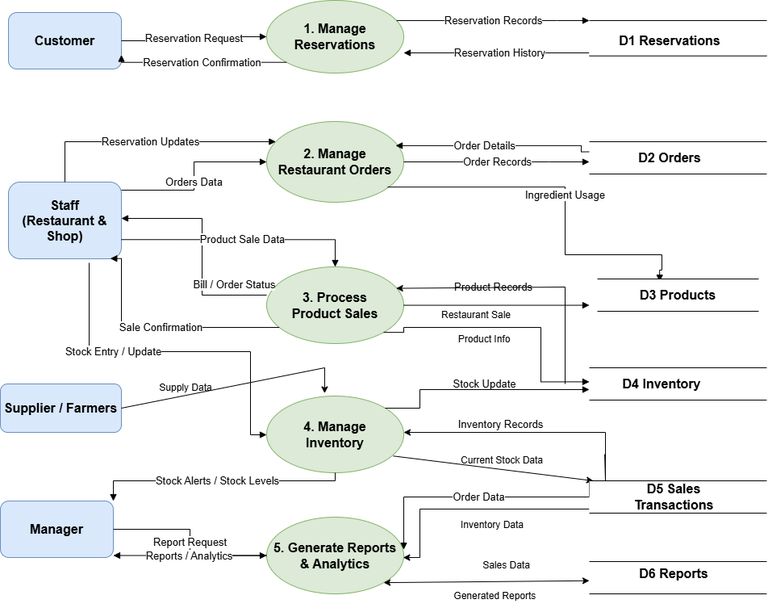
This is Diagrams/DFD Level 1 Diagram.drawio.png from bajram-haxhiu/AgriSoft, a draw.io export, as it was before one commit. Source tidied: cells renumbered, new cells last; positions are measured from the earlier drawing's top-left corner, leaving out a move shared by most shapes.
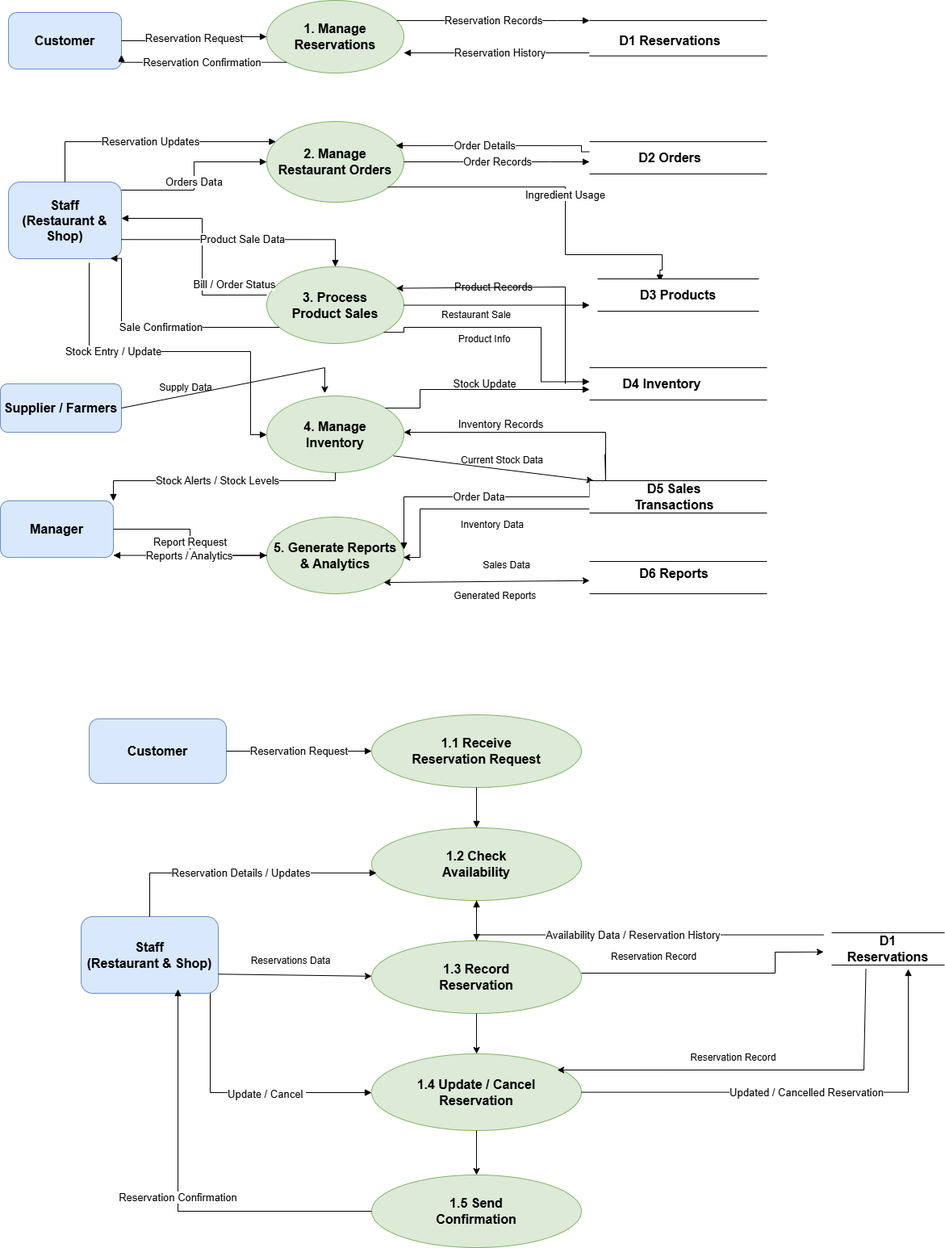
The same diagram one commit later.

Commit message:
Update DFD Level 2 Diagram.drawio.png

The edit, as a diff of the source:
```diff
@@ -291,5 +291,112 @@
     <mxCell id="55" value="Supply Data" style="text;html=1;whiteSpace=wrap;strokeColor=none;fillColor=none;align=center;verticalAlign=middle;rounded=0;" parent="1" vertex="1">
       <mxGeometry x="170" y="465" width="120" height="30" as="geometry" />
     </mxCell>
+    <mxCell id="56" value="Customer" style="rounded=1;whiteSpace=wrap;html=1;fillColor=#d9e8fb;strokeColor=#6c8ebf;fontSize=16;fontStyle=1;" parent="1" vertex="1">
+      <mxGeometry x="110" y="890" width="170" height="80" as="geometry" />
+    </mxCell>
+    <mxCell id="57" value="Staff&#10;(Restaurant &amp; Shop)" style="rounded=1;whiteSpace=wrap;html=1;fillColor=#d9e8fb;strokeColor=#6c8ebf;fontSize=16;fontStyle=1;" parent="1" vertex="1">
+      <mxGeometry x="100" y="1135" width="170" height="95" as="geometry" />
+    </mxCell>
+    <mxCell id="58" value="1.1 Receive&#10;Reservation Request" style="ellipse;whiteSpace=wrap;html=1;fillColor=#dcead7;strokeColor=#82b366;fontSize=16;fontStyle=1;" parent="1" vertex="1">
+      <mxGeometry x="460" y="885" width="260" height="90" as="geometry" />
+    </mxCell>
+    <mxCell id="59" value="1.2 Check&#10;Availability" style="ellipse;whiteSpace=wrap;html=1;fillColor=#dcead7;strokeColor=#82b366;fontSize=16;fontStyle=1;" parent="1" vertex="1">
+      <mxGeometry x="460" y="1025" width="260" height="90" as="geometry" />
+    </mxCell>
+    <mxCell id="60" value="1.3 Record&#10;Reservation" style="ellipse;whiteSpace=wrap;html=1;fillColor=#dcead7;strokeColor=#82b366;fontSize=16;fontStyle=1;" parent="1" vertex="1">
+      <mxGeometry x="460" y="1165" width="260" height="90" as="geometry" />
+    </mxCell>
+    <mxCell id="61" value="1.4 Update / Cancel&#10;Reservation" style="ellipse;whiteSpace=wrap;html=1;fillColor=#dcead7;strokeColor=#82b366;fontSize=16;fontStyle=1;" parent="1" vertex="1">
+      <mxGeometry x="460" y="1305" width="260" height="95" as="geometry" />
+    </mxCell>
+    <mxCell id="62" value="1.5 Send&#10;Confirmation" style="ellipse;whiteSpace=wrap;html=1;fillColor=#dcead7;strokeColor=#82b366;fontSize=16;fontStyle=1;" parent="1" vertex="1">
+      <mxGeometry x="460" y="1455" width="260" height="90" as="geometry" />
+    </mxCell>
+    <mxCell id="63" value="Reservation Request" style="edgeStyle=orthogonalEdgeStyle;rounded=0;jettySize=auto;html=1;endArrow=block;fontSize=13;" parent="1" edge="1" source="56" target="58">
+      <mxGeometry relative="1" as="geometry" />
+    </mxCell>
+    <mxCell id="64" value="Reservation Details / Updates" style="edgeStyle=orthogonalEdgeStyle;rounded=0;jettySize=auto;html=1;endArrow=block;fontSize=13;entryX=0.023;entryY=0.621;entryDx=0;entryDy=0;entryPerimeter=0;" parent="1" edge="1" source="57" target="59">
+      <mxGeometry relative="1" as="geometry">
+        <Array as="points">
+          <mxPoint x="185" y="1081" />
+        </Array>
+      </mxGeometry>
+    </mxCell>
+    <mxCell id="65" value="Update / Cancel&amp;nbsp;" style="edgeStyle=orthogonalEdgeStyle;rounded=0;jettySize=auto;html=1;endArrow=block;fontSize=13;" parent="1" edge="1" source="57" target="61">
+      <mxGeometry x="0.19" y="-2" relative="1" as="geometry">
+        <Array as="points">
+          <mxPoint x="260" y="1353" />
+        </Array>
+      </mxGeometry>
+    </mxCell>
+    <mxCell id="66" style="edgeStyle=orthogonalEdgeStyle;rounded=0;jettySize=auto;html=1;endArrow=block;fontSize=13;" parent="1" edge="1" source="58" target="59">
+      <mxGeometry relative="1" as="geometry" />
+    </mxCell>
+    <mxCell id="67" style="edgeStyle=orthogonalEdgeStyle;rounded=0;jettySize=auto;html=1;endArrow=block;fontSize=13;" parent="1" edge="1" source="59" target="60">
+      <mxGeometry relative="1" as="geometry" />
+    </mxCell>
+    <mxCell id="68" value="Availability Data / Reservation History" style="edgeStyle=orthogonalEdgeStyle;rounded=0;jettySize=auto;html=1;endArrow=block;fontSize=13;" parent="1" edge="1" target="59">
+      <mxGeometry relative="1" as="geometry">
+        <mxPoint x="1020" y="1157.6" as="sourcePoint" />
+      </mxGeometry>
+    </mxCell>
+    <mxCell id="69" value="Updated / Cancelled Reservation" style="edgeStyle=orthogonalEdgeStyle;rounded=0;jettySize=auto;html=1;endArrow=block;fontSize=13;" parent="1" edge="1" source="61">
+      <mxGeometry relative="1" as="geometry">
+        <mxPoint x="1125" y="1200" as="targetPoint" />
+      </mxGeometry>
+    </mxCell>
+    <mxCell id="70" value="Reservation Confirmation" style="edgeStyle=orthogonalEdgeStyle;rounded=0;jettySize=auto;html=1;endArrow=block;fontSize=13;" parent="1" edge="1" source="62">
+      <mxGeometry relative="1" as="geometry">
+        <mxPoint x="220" y="1225" as="targetPoint" />
+        <Array as="points">
+          <mxPoint x="220" y="1500" />
+        </Array>
+      </mxGeometry>
+    </mxCell>
+    <mxCell id="71" style="endArrow=classic;html=1;rounded=0;exitX=1;exitY=0.75;exitDx=0;exitDy=0;" parent="1" edge="1" source="57" target="60">
+      <mxGeometry relative="1" as="geometry" />
+    </mxCell>
+    <mxCell id="72" value="Reservations Data" style="text;html=1;whiteSpace=wrap;strokeColor=none;fillColor=none;align=center;verticalAlign=middle;rounded=0;" parent="1" vertex="1">
+      <mxGeometry x="300" y="1175" width="120" height="30" as="geometry" />
+    </mxCell>
+    <mxCell id="73" style="edgeStyle=orthogonalEdgeStyle;rounded=0;orthogonalLoop=1;jettySize=auto;html=1;exitX=0.5;exitY=1;exitDx=0;exitDy=0;" parent="1" edge="1" source="72" target="72">
+      <mxGeometry relative="1" as="geometry" />
+    </mxCell>
+    <mxCell id="74" style="edgeStyle=none;jettySize=auto;html=1;rounded=0;exitX=0.5;exitY=1;exitDx=0;exitDy=0;entryX=0.5;entryY=0;entryDx=0;entryDy=0;" parent="1" edge="1" source="60" target="61">
+      <mxGeometry relative="1" as="geometry" />
+    </mxCell>
+    <mxCell id="75" style="edgeStyle=none;jettySize=auto;html=1;rounded=0;exitX=0.5;exitY=1;exitDx=0;exitDy=0;entryX=0.5;entryY=0;entryDx=0;entryDy=0;" parent="1" edge="1" source="61" target="62">
+      <mxGeometry relative="1" as="geometry" />
+    </mxCell>
+    <mxCell id="76" style="edgeStyle=none;orthogonalLoop=1;jettySize=auto;html=1;rounded=0;entryX=0;entryY=0.75;entryDx=0;entryDy=0;" parent="1" edge="1">
+      <mxGeometry relative="1" as="geometry">
+        <mxPoint x="720" y="1205" as="sourcePoint" />
+        <mxPoint x="1020" y="1178.8" as="targetPoint" />
+        <Array as="points">
+          <mxPoint x="960" y="1205" />
+          <mxPoint x="960" y="1179" />
+        </Array>
+      </mxGeometry>
+    </mxCell>
+    <mxCell id="77" value="Reservation Record" style="text;html=1;whiteSpace=wrap;strokeColor=none;fillColor=none;align=center;verticalAlign=middle;rounded=0;" parent="1" vertex="1">
+      <mxGeometry x="750" y="1170" width="120" height="30" as="geometry" />
+    </mxCell>
+    <mxCell id="78" style="edgeStyle=none;jettySize=auto;html=1;rounded=0;exitX=0.25;exitY=1;exitDx=0;exitDy=0;entryX=0.885;entryY=0.211;entryDx=0;entryDy=0;entryPerimeter=0;" parent="1" edge="1" target="61">
+      <mxGeometry relative="1" as="geometry">
+        <mxPoint x="1072.5" y="1200" as="sourcePoint" />
+        <Array as="points">
+          <mxPoint x="1070" y="1325" />
+        </Array>
+      </mxGeometry>
+    </mxCell>
+    <mxCell id="79" value="Reservation Record&amp;nbsp;" style="text;html=1;whiteSpace=wrap;strokeColor=none;fillColor=none;align=center;verticalAlign=middle;rounded=0;" parent="1" vertex="1">
+      <mxGeometry x="820" y="1295" width="180" height="30" as="geometry" />
+    </mxCell>
+    <mxCell id="80" style="html=1;dashed=0;whiteSpace=wrap;shape=partialRectangle;right=0;left=0;" parent="1" vertex="1">
+      <mxGeometry x="1030" y="1155" width="140" height="40" as="geometry" />
+    </mxCell>
+    <mxCell id="81" value="&lt;span style=&quot;font-size: 16px; font-weight: 700;&quot;&gt;D1 Reservations&lt;/span&gt;" style="text;html=1;whiteSpace=wrap;strokeColor=none;fillColor=none;align=center;verticalAlign=middle;rounded=0;" parent="1" vertex="1">
+      <mxGeometry x="1070" y="1160" width="60" height="30" as="geometry" />
+    </mxCell>
   </root>
 </mxGraphModel>
```
